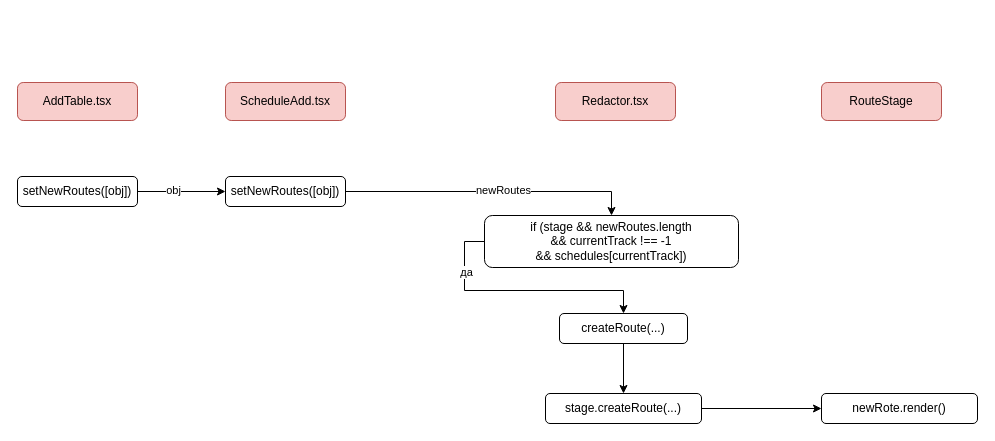
Before: page "Добавление нового рута" (4 of 6) of График движения.drawio in orlov-oleg-developer/asuter-UML, a draw.io diagram. Source tidied: cells renumbered, new cells numbered last; positions are measured from the earlier drawing's top-left corner, leaving out a move shared by most shapes. Both pictures are drawn from the tidied source at 100%, with x=0, y=0 at pixel (17, 82).
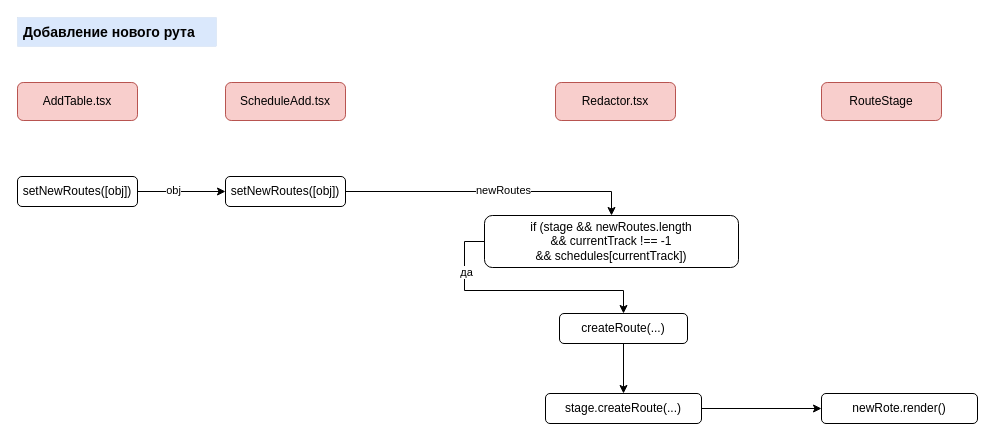
The same page after the edit.

What changed in the source:
```diff
@@
+    <mxCell id="21" value="&lt;b&gt;&lt;font style=&quot;font-size: 14px;&quot;&gt;&amp;nbsp;Добавление нового рута&lt;/font&gt;&lt;/b&gt;" style="text;html=1;align=left;verticalAlign=middle;strokeColor=#6c8ebf;fillColor=#dae8fc;strokeWidth=0;fontSize=10;" parent="1" vertex="1">
+      <mxGeometry y="-65" width="199" height="29" as="geometry" />
+    </mxCell>
```
